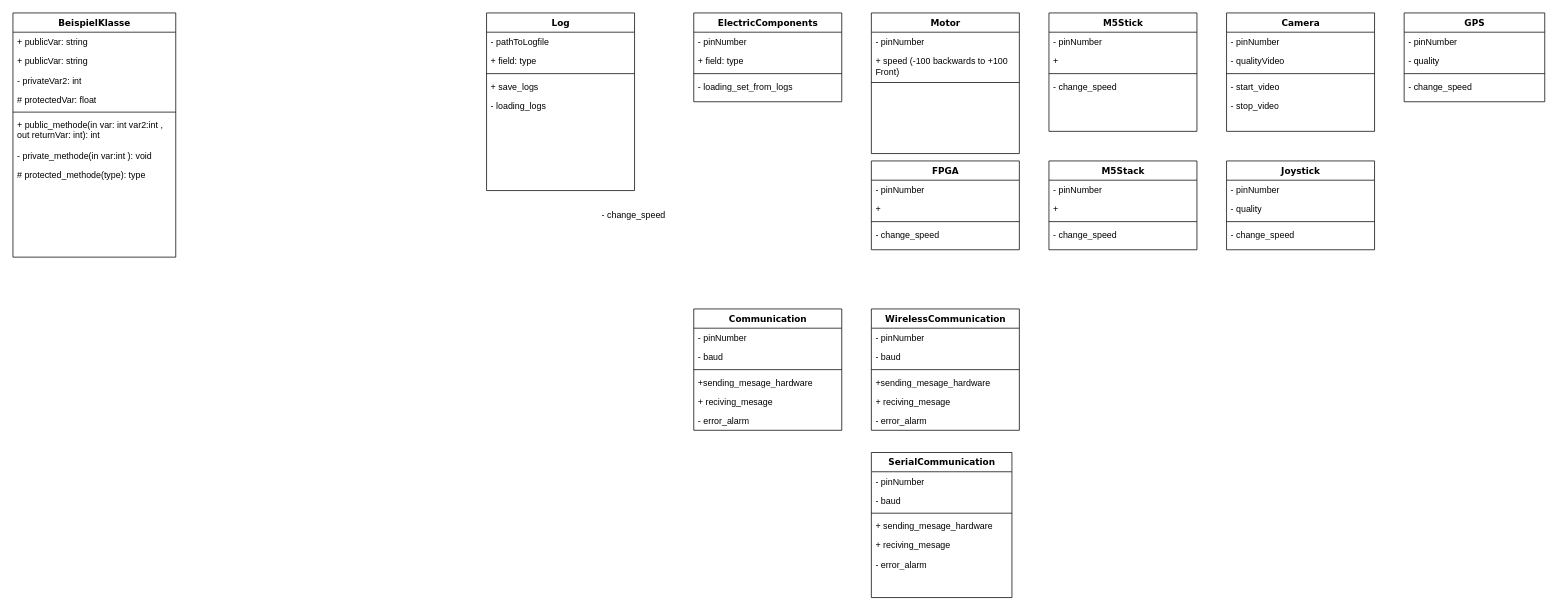
The draw.io diagram Software/Doku/classdiagram_concept.drawio in OgLocGreen/proyecto_sistema_mecatronico_industrial, before the edit. Source tidied: cells renumbered, new cells numbered last; positions are measured from the earlier drawing's top-left corner, leaving out a move shared by most shapes. Both pictures are drawn from the tidied source at 74%, with x=0, y=0 at pixel (13, 13).
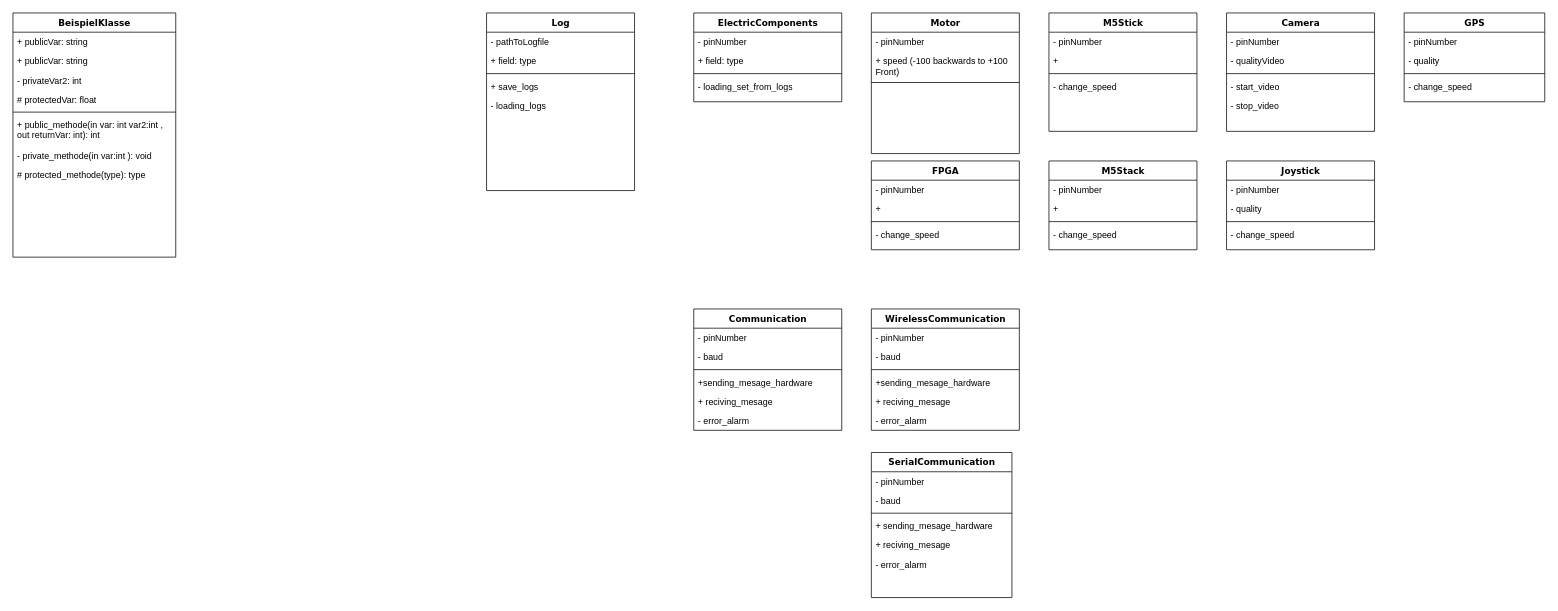
Above is the later version.

Diff of the diagram source:
```diff
@@
-    <mxCell id="78" value="- change_speed" style="text;html=1;strokeColor=none;fillColor=none;align=left;verticalAlign=top;spacingLeft=4;spacingRight=4;whiteSpace=wrap;overflow=hidden;" parent="1" vertex="1">
-      <mxGeometry x="790" y="260" width="200" height="26" as="geometry" />
-    </mxCell>
```
